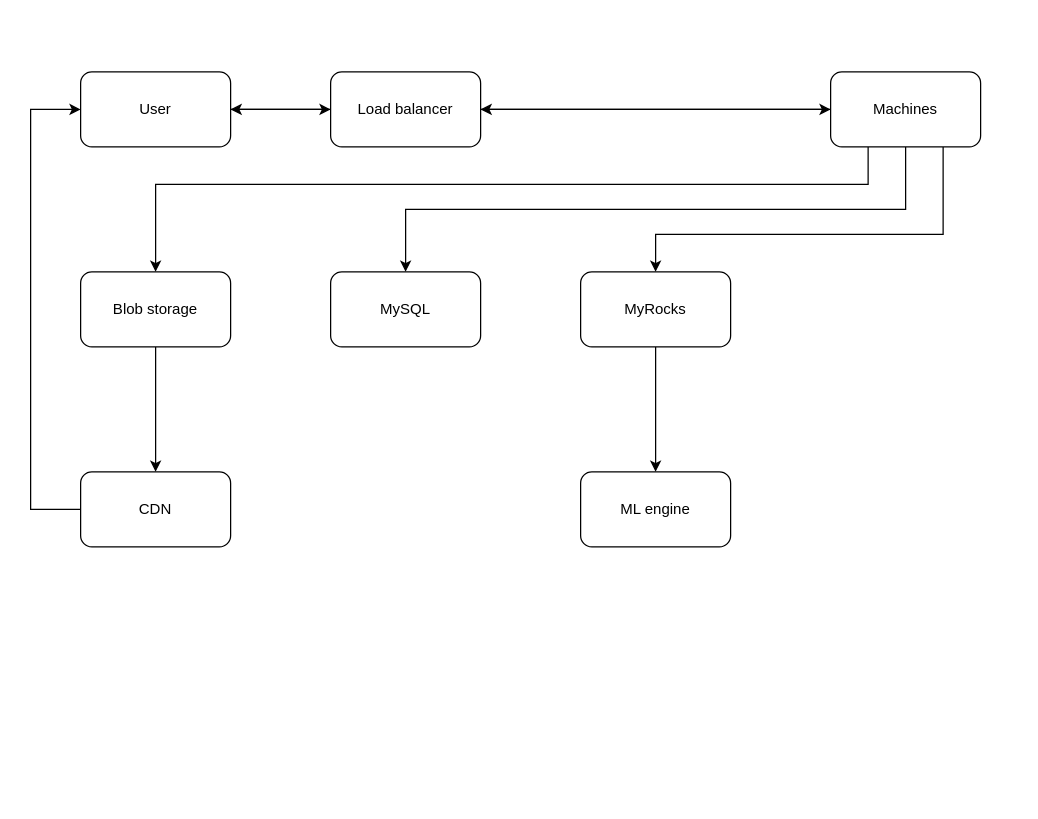
riehseun/riehseun.github.io keeps this draw.io diagram as img/system-design/quora2.drawio. Above is the earlier version. Source tidied: cells renumbered, new cells numbered last; positions are measured from the earlier drawing's top-left corner, leaving out a move shared by most shapes. Both pictures are drawn from the tidied source at 125%, with x=0, y=0 at pixel (30, 71).
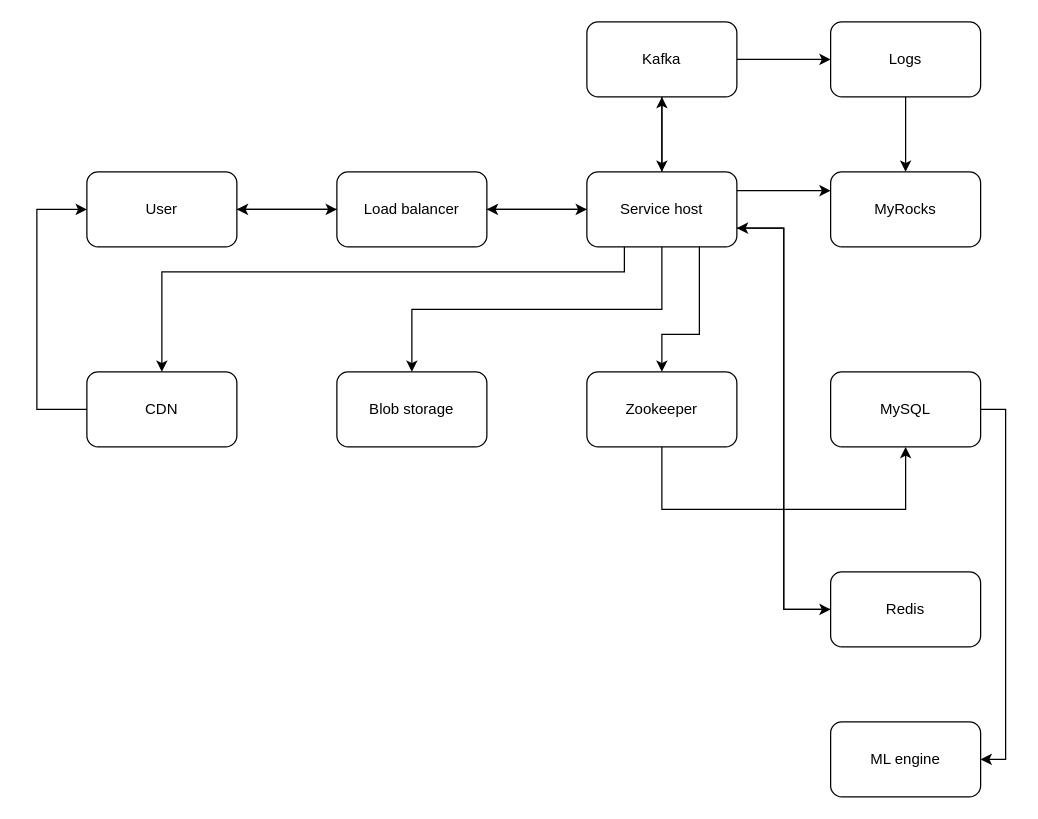
The same diagram, later.

Diff of the diagram source:
```diff
@@
     <mxCell id="3" value="User" style="rounded=1;whiteSpace=wrap;html=1;" parent="1" vertex="1">
-      <mxGeometry x="40" width="120" height="60" as="geometry" />
+      <mxGeometry x="45" y="80" width="120" height="60" as="geometry" />
     </mxCell>
@@
     <mxCell id="7" value="Load balancer" style="rounded=1;whiteSpace=wrap;html=1;" parent="1" vertex="1">
-      <mxGeometry x="240" width="120" height="60" as="geometry" />
+      <mxGeometry x="245" y="80" width="120" height="60" as="geometry" />
     </mxCell>
+    <mxCell id="11" style="edgeStyle=orthogonalEdgeStyle;rounded=0;jettySize=auto;html=1;exitX=0;exitY=0.5;exitDx=0;exitDy=0;entryX=1;entryY=0.5;entryDx=0;entryDy=0;" parent="1" edge="1" source="12" target="7">
+      <mxGeometry relative="1" as="geometry" />
+    </mxCell>
+    <mxCell id="21" style="edgeStyle=orthogonalEdgeStyle;rounded=0;jettySize=auto;html=1;exitX=0.25;exitY=1;exitDx=0;exitDy=0;entryX=0.5;entryY=0;entryDx=0;entryDy=0;" parent="1" edge="1" source="12" target="20">
+      <mxGeometry relative="1" as="geometry">
+        <Array as="points">
+          <mxPoint x="475" y="160" />
+          <mxPoint x="105" y="160" />
+        </Array>
+      </mxGeometry>
+    </mxCell>
-    <mxCell id="8" style="edgeStyle=orthogonalEdgeStyle;rounded=0;jettySize=auto;html=1;exitX=0.25;exitY=1;exitDx=0;exitDy=0;entryX=0.5;entryY=0;entryDx=0;entryDy=0;" parent="1" edge="1" source="12" target="14">
-      <mxGeometry relative="1" as="geometry">
-        <Array as="points">
-          <mxPoint x="670" y="90" />
-          <mxPoint x="100" y="90" />
-        </Array>
-      </mxGeometry>
+    <mxCell id="8" style="edgeStyle=orthogonalEdgeStyle;rounded=0;jettySize=auto;html=1;exitX=0.5;exitY=1;exitDx=0;exitDy=0;entryX=0.5;entryY=0;entryDx=0;entryDy=0;" parent="1" edge="1" source="12" target="14">
+      <mxGeometry relative="1" as="geometry" />
     </mxCell>
-    <mxCell id="9" style="edgeStyle=orthogonalEdgeStyle;rounded=0;jettySize=auto;html=1;exitX=0.5;exitY=1;exitDx=0;exitDy=0;entryX=0.5;entryY=0;entryDx=0;entryDy=0;" parent="1" edge="1" source="12" target="15">
-      <mxGeometry relative="1" as="geometry">
-        <Array as="points">
-          <mxPoint x="700" y="110" />
-          <mxPoint x="300" y="110" />
-        </Array>
-      </mxGeometry>
-    </mxCell>
+    <mxCell id="22" style="edgeStyle=orthogonalEdgeStyle;rounded=0;jettySize=auto;html=1;exitX=0.75;exitY=1;exitDx=0;exitDy=0;entryX=0.5;entryY=0;entryDx=0;entryDy=0;" parent="1" edge="1" source="12" target="27">
+      <mxGeometry relative="1" as="geometry">
+        <Array as="points">
+          <mxPoint x="535" y="210" />
+          <mxPoint x="505" y="210" />
+        </Array>
+      </mxGeometry>
+    </mxCell>
-    <mxCell id="10" style="edgeStyle=orthogonalEdgeStyle;rounded=0;jettySize=auto;html=1;exitX=0.75;exitY=1;exitDx=0;exitDy=0;entryX=0.5;entryY=0;entryDx=0;entryDy=0;" parent="1" edge="1" source="12" target="17">
-      <mxGeometry relative="1" as="geometry">
-        <Array as="points">
-          <mxPoint x="730" y="130" />
-          <mxPoint x="500" y="130" />
-        </Array>
-      </mxGeometry>
+    <mxCell id="10" style="edgeStyle=orthogonalEdgeStyle;rounded=0;jettySize=auto;html=1;exitX=1;exitY=0.25;exitDx=0;exitDy=0;entryX=0;entryY=0.25;entryDx=0;entryDy=0;" parent="1" edge="1" source="12" target="17">
+      <mxGeometry relative="1" as="geometry" />
     </mxCell>
-    <mxCell id="11" style="edgeStyle=orthogonalEdgeStyle;rounded=0;jettySize=auto;html=1;exitX=0;exitY=0.5;exitDx=0;exitDy=0;entryX=1;entryY=0.5;entryDx=0;entryDy=0;" parent="1" edge="1" source="12" target="7">
-      <mxGeometry relative="1" as="geometry" />
-    </mxCell>
+    <mxCell id="23" style="edgeStyle=orthogonalEdgeStyle;rounded=0;jettySize=auto;html=1;exitX=1;exitY=0.75;exitDx=0;exitDy=0;entryX=0;entryY=0.5;entryDx=0;entryDy=0;" parent="1" edge="1" source="12" target="29">
+      <mxGeometry relative="1" as="geometry" />
+    </mxCell>
+    <mxCell id="24" style="edgeStyle=orthogonalEdgeStyle;rounded=0;jettySize=auto;html=1;exitX=0.5;exitY=0;exitDx=0;exitDy=0;entryX=0.5;entryY=1;entryDx=0;entryDy=0;" parent="1" edge="1" source="12" target="32">
+      <mxGeometry relative="1" as="geometry" />
+    </mxCell>
-    <mxCell id="12" value="Machines" style="rounded=1;whiteSpace=wrap;html=1;" parent="1" vertex="1">
-      <mxGeometry x="640" width="120" height="60" as="geometry" />
+    <mxCell id="12" value="Service host" style="rounded=1;whiteSpace=wrap;html=1;" parent="1" vertex="1">
+      <mxGeometry x="445" y="80" width="120" height="60" as="geometry" />
     </mxCell>
-    <mxCell id="13" style="edgeStyle=orthogonalEdgeStyle;rounded=0;jettySize=auto;html=1;exitX=0.5;exitY=1;exitDx=0;exitDy=0;entryX=0.5;entryY=0;entryDx=0;entryDy=0;" parent="1" edge="1" source="14" target="20">
-      <mxGeometry relative="1" as="geometry" />
-    </mxCell>
     <mxCell id="14" value="Blob storage" style="rounded=1;whiteSpace=wrap;html=1;" parent="1" vertex="1">
-      <mxGeometry x="40" y="160" width="120" height="60" as="geometry" />
+      <mxGeometry x="245" y="240" width="120" height="60" as="geometry" />
     </mxCell>
+    <mxCell id="25" style="edgeStyle=orthogonalEdgeStyle;rounded=0;jettySize=auto;html=1;exitX=1;exitY=0.5;exitDx=0;exitDy=0;entryX=1;entryY=0.5;entryDx=0;entryDy=0;" parent="1" edge="1" source="15" target="18">
+      <mxGeometry relative="1" as="geometry" />
+    </mxCell>
     <mxCell id="15" value="MySQL" style="rounded=1;whiteSpace=wrap;html=1;" parent="1" vertex="1">
-      <mxGeometry x="240" y="160" width="120" height="60" as="geometry" />
+      <mxGeometry x="640" y="240" width="120" height="60" as="geometry" />
     </mxCell>
-    <mxCell id="16" style="edgeStyle=orthogonalEdgeStyle;rounded=0;jettySize=auto;html=1;exitX=0.5;exitY=1;exitDx=0;exitDy=0;entryX=0.5;entryY=0;entryDx=0;entryDy=0;" parent="1" edge="1" source="17" target="18">
-      <mxGeometry relative="1" as="geometry" />
-    </mxCell>
     <mxCell id="17" value="MyRocks" style="rounded=1;whiteSpace=wrap;html=1;" parent="1" vertex="1">
-      <mxGeometry x="440" y="160" width="120" height="60" as="geometry" />
+      <mxGeometry x="640" y="80" width="120" height="60" as="geometry" />
     </mxCell>
     <mxCell id="18" value="ML engine" style="rounded=1;whiteSpace=wrap;html=1;" parent="1" vertex="1">
-      <mxGeometry x="440" y="320" width="120" height="60" as="geometry" />
+      <mxGeometry x="640" y="520" width="120" height="60" as="geometry" />
     </mxCell>
     <mxCell id="19" style="edgeStyle=orthogonalEdgeStyle;rounded=0;jettySize=auto;html=1;exitX=0;exitY=0.5;exitDx=0;exitDy=0;entryX=0;entryY=0.5;entryDx=0;entryDy=0;" parent="1" edge="1" source="20" target="3">
       <mxGeometry relative="1" as="geometry">
         <Array as="points">
-          <mxPoint y="350" />
-          <mxPoint y="30" />
+          <mxPoint x="5" y="270" />
+          <mxPoint x="5" y="110" />
         </Array>
       </mxGeometry>
     </mxCell>
     <mxCell id="20" value="CDN" style="rounded=1;whiteSpace=wrap;html=1;" parent="1" vertex="1">
-      <mxGeometry x="40" y="320" width="120" height="60" as="geometry" />
+      <mxGeometry x="45" y="240" width="120" height="60" as="geometry" />
     </mxCell>
+    <mxCell id="26" style="edgeStyle=orthogonalEdgeStyle;rounded=0;jettySize=auto;html=1;exitX=0.5;exitY=1;exitDx=0;exitDy=0;entryX=0.5;entryY=1;entryDx=0;entryDy=0;" parent="1" edge="1" source="27" target="15">
+      <mxGeometry relative="1" as="geometry">
+        <Array as="points">
+          <mxPoint x="505" y="350" />
+          <mxPoint x="700" y="350" />
+        </Array>
+      </mxGeometry>
+    </mxCell>
+    <mxCell id="27" value="Zookeeper" style="rounded=1;whiteSpace=wrap;html=1;" parent="1" vertex="1">
+      <mxGeometry x="445" y="240" width="120" height="60" as="geometry" />
+    </mxCell>
+    <mxCell id="28" style="edgeStyle=orthogonalEdgeStyle;rounded=0;jettySize=auto;html=1;exitX=0;exitY=0.5;exitDx=0;exitDy=0;entryX=1;entryY=0.75;entryDx=0;entryDy=0;" parent="1" edge="1" source="29" target="12">
+      <mxGeometry relative="1" as="geometry" />
+    </mxCell>
+    <mxCell id="29" value="Redis" style="rounded=1;whiteSpace=wrap;html=1;" parent="1" vertex="1">
+      <mxGeometry x="640" y="400" width="120" height="60" as="geometry" />
+    </mxCell>
+    <mxCell id="30" style="edgeStyle=orthogonalEdgeStyle;rounded=0;jettySize=auto;html=1;exitX=0.5;exitY=1;exitDx=0;exitDy=0;entryX=0.5;entryY=0;entryDx=0;entryDy=0;" parent="1" edge="1" source="32" target="12">
+      <mxGeometry relative="1" as="geometry" />
+    </mxCell>
+    <mxCell id="31" style="edgeStyle=orthogonalEdgeStyle;rounded=0;jettySize=auto;html=1;exitX=1;exitY=0.5;exitDx=0;exitDy=0;entryX=0;entryY=0.5;entryDx=0;entryDy=0;" parent="1" edge="1" source="32" target="34">
+      <mxGeometry relative="1" as="geometry" />
+    </mxCell>
+    <mxCell id="32" value="Kafka" style="rounded=1;whiteSpace=wrap;html=1;" parent="1" vertex="1">
+      <mxGeometry x="445" y="-40" width="120" height="60" as="geometry" />
+    </mxCell>
+    <mxCell id="33" style="edgeStyle=orthogonalEdgeStyle;rounded=0;jettySize=auto;html=1;exitX=0.5;exitY=1;exitDx=0;exitDy=0;entryX=0.5;entryY=0;entryDx=0;entryDy=0;" parent="1" edge="1" source="34" target="17">
+      <mxGeometry relative="1" as="geometry" />
+    </mxCell>
+    <mxCell id="34" value="Logs" style="rounded=1;whiteSpace=wrap;html=1;" parent="1" vertex="1">
+      <mxGeometry x="640" y="-40" width="120" height="60" as="geometry" />
+    </mxCell>
```
